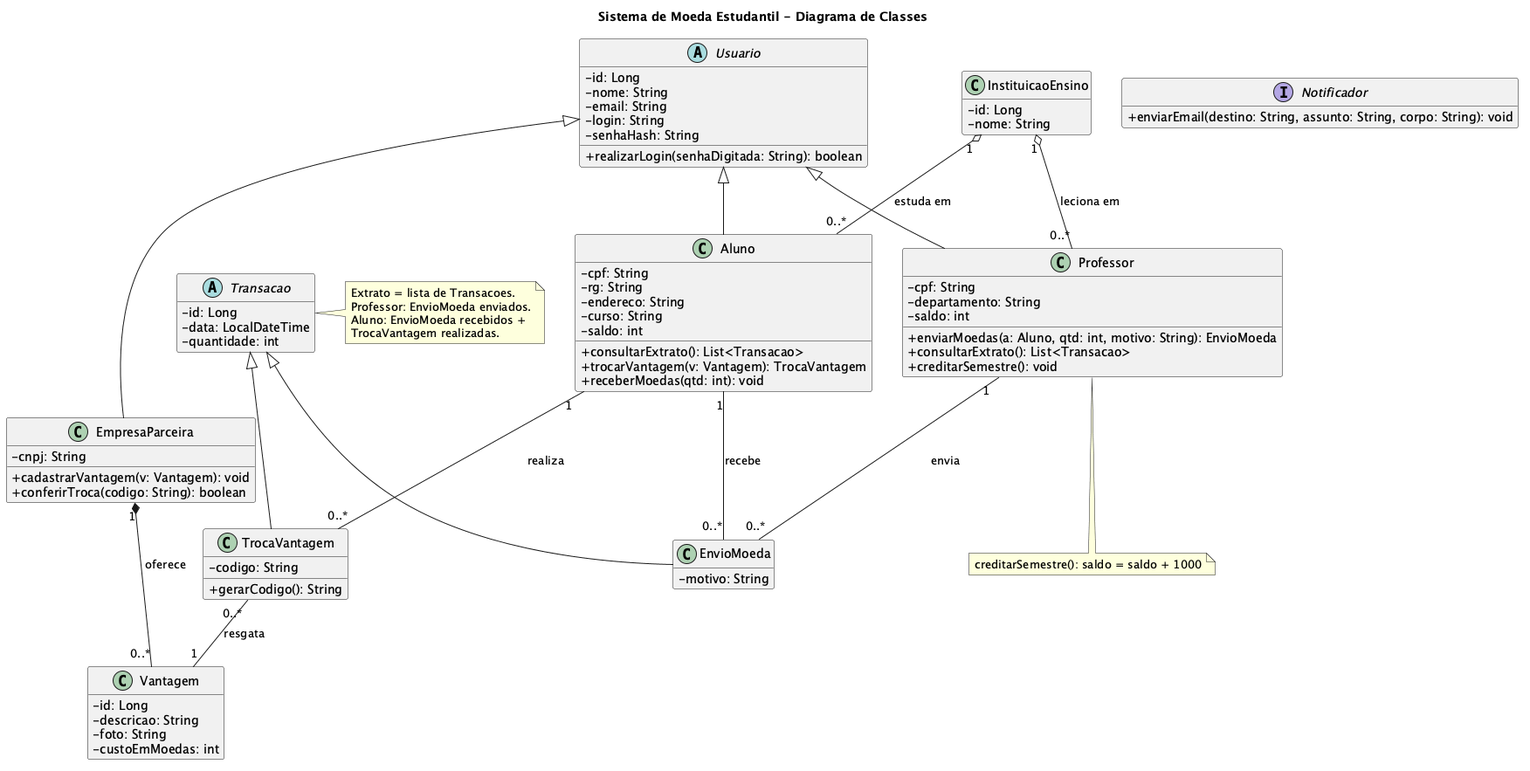
Above: diagramas/img/diagrama-de-classes.png in fillmello/lab03_rounds (PlantUML), before the change.
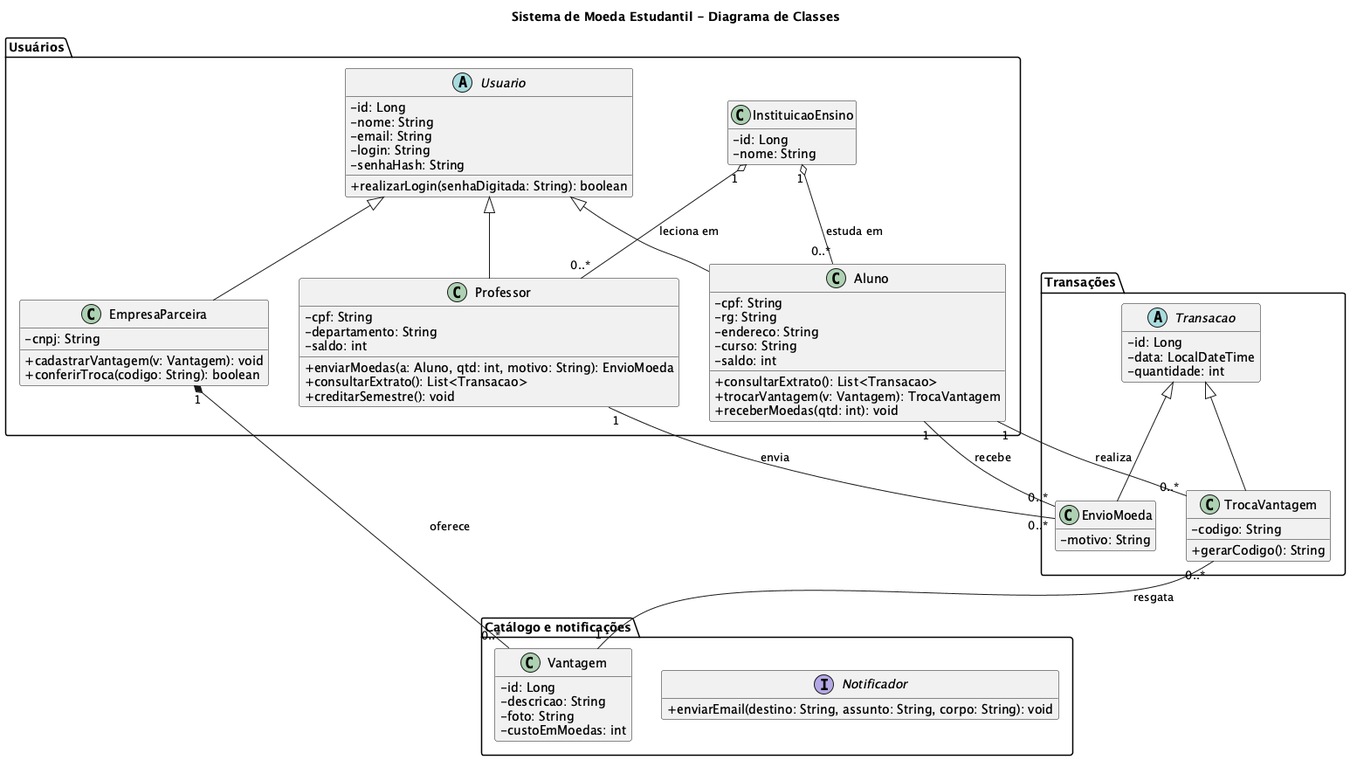
Above is the later version.

What changed in the source:
```diff
@@ -4,70 +4,76 @@
 skinparam shadowing false
 hide empty members
 
-abstract class Usuario {
-  -id: Long
-  -nome: String
-  -email: String
-  -login: String
-  -senhaHash: String
-  +realizarLogin(senhaDigitada: String): boolean
+package "Usuários" {
+  abstract class Usuario {
+    -id: Long
+    -nome: String
+    -email: String
+    -login: String
+    -senhaHash: String
+    +realizarLogin(senhaDigitada: String): boolean
+  }
+
+  class Aluno {
+    -cpf: String
+    -rg: String
+    -endereco: String
+    -curso: String
+    -saldo: int
+    +consultarExtrato(): List<Transacao>
+    +trocarVantagem(v: Vantagem): TrocaVantagem
+    +receberMoedas(qtd: int): void
+  }
+
+  class Professor {
+    -cpf: String
+    -departamento: String
+    -saldo: int
+    +enviarMoedas(a: Aluno, qtd: int, motivo: String): EnvioMoeda
+    +consultarExtrato(): List<Transacao>
+    +creditarSemestre(): void
+  }
+
+  class EmpresaParceira {
+    -cnpj: String
+    +cadastrarVantagem(v: Vantagem): void
+    +conferirTroca(codigo: String): boolean
+  }
+
+  class InstituicaoEnsino {
+    -id: Long
+    -nome: String
+  }
 }
 
-class Aluno {
-  -cpf: String
-  -rg: String
-  -endereco: String
-  -curso: String
-  -saldo: int
-  +consultarExtrato(): List<Transacao>
-  +trocarVantagem(v: Vantagem): TrocaVantagem
-  +receberMoedas(qtd: int): void
+package "Transações" {
+  abstract class Transacao {
+    -id: Long
+    -data: LocalDateTime
+    -quantidade: int
+  }
+
+  class EnvioMoeda {
+    -motivo: String
+  }
+
+  class TrocaVantagem {
+    -codigo: String
+    +gerarCodigo(): String
+  }
 }
 
-class Professor {
-  -cpf: String
-  -departamento: String
-  -saldo: int
-  +enviarMoedas(a: Aluno, qtd: int, motivo: String): EnvioMoeda
-  +consultarExtrato(): List<Transacao>
-  +creditarSemestre(): void
-}
+package "Catálogo e notificações" {
+  class Vantagem {
+    -id: Long
+    -descricao: String
+    -foto: String
+    -custoEmMoedas: int
+  }
 
-class EmpresaParceira {
-  -cnpj: String
-  +cadastrarVantagem(v: Vantagem): void
-  +conferirTroca(codigo: String): boolean
-}
-
-class InstituicaoEnsino {
-  -id: Long
-  -nome: String
-}
-
-class Vantagem {
-  -id: Long
-  -descricao: String
-  -foto: String
-  -custoEmMoedas: int
-}
-
-abstract class Transacao {
-  -id: Long
-  -data: LocalDateTime
-  -quantidade: int
-}
-
-class EnvioMoeda {
-  -motivo: String
-}
-
-class TrocaVantagem {
-  -codigo: String
-  +gerarCodigo(): String
-}
-
-interface Notificador {
-  +enviarEmail(destino: String, assunto: String, corpo: String): void
+  interface Notificador {
+    +enviarEmail(destino: String, assunto: String, corpo: String): void
+  }
 }
 
 Usuario <|-- Aluno
@@ -86,15 +92,4 @@
 TrocaVantagem "0..*" -- "1" Vantagem : resgata
 EmpresaParceira "1" *-- "0..*" Vantagem : oferece
 
-note right of Transacao
-  Extrato = lista de Transacoes.
-  Professor: EnvioMoeda enviados.
-  Aluno: EnvioMoeda recebidos +
-  TrocaVantagem realizadas.
-end note
-
-note bottom of Professor
-  creditarSemestre(): saldo = saldo + 1000
-end note
-
 @enduml
```
